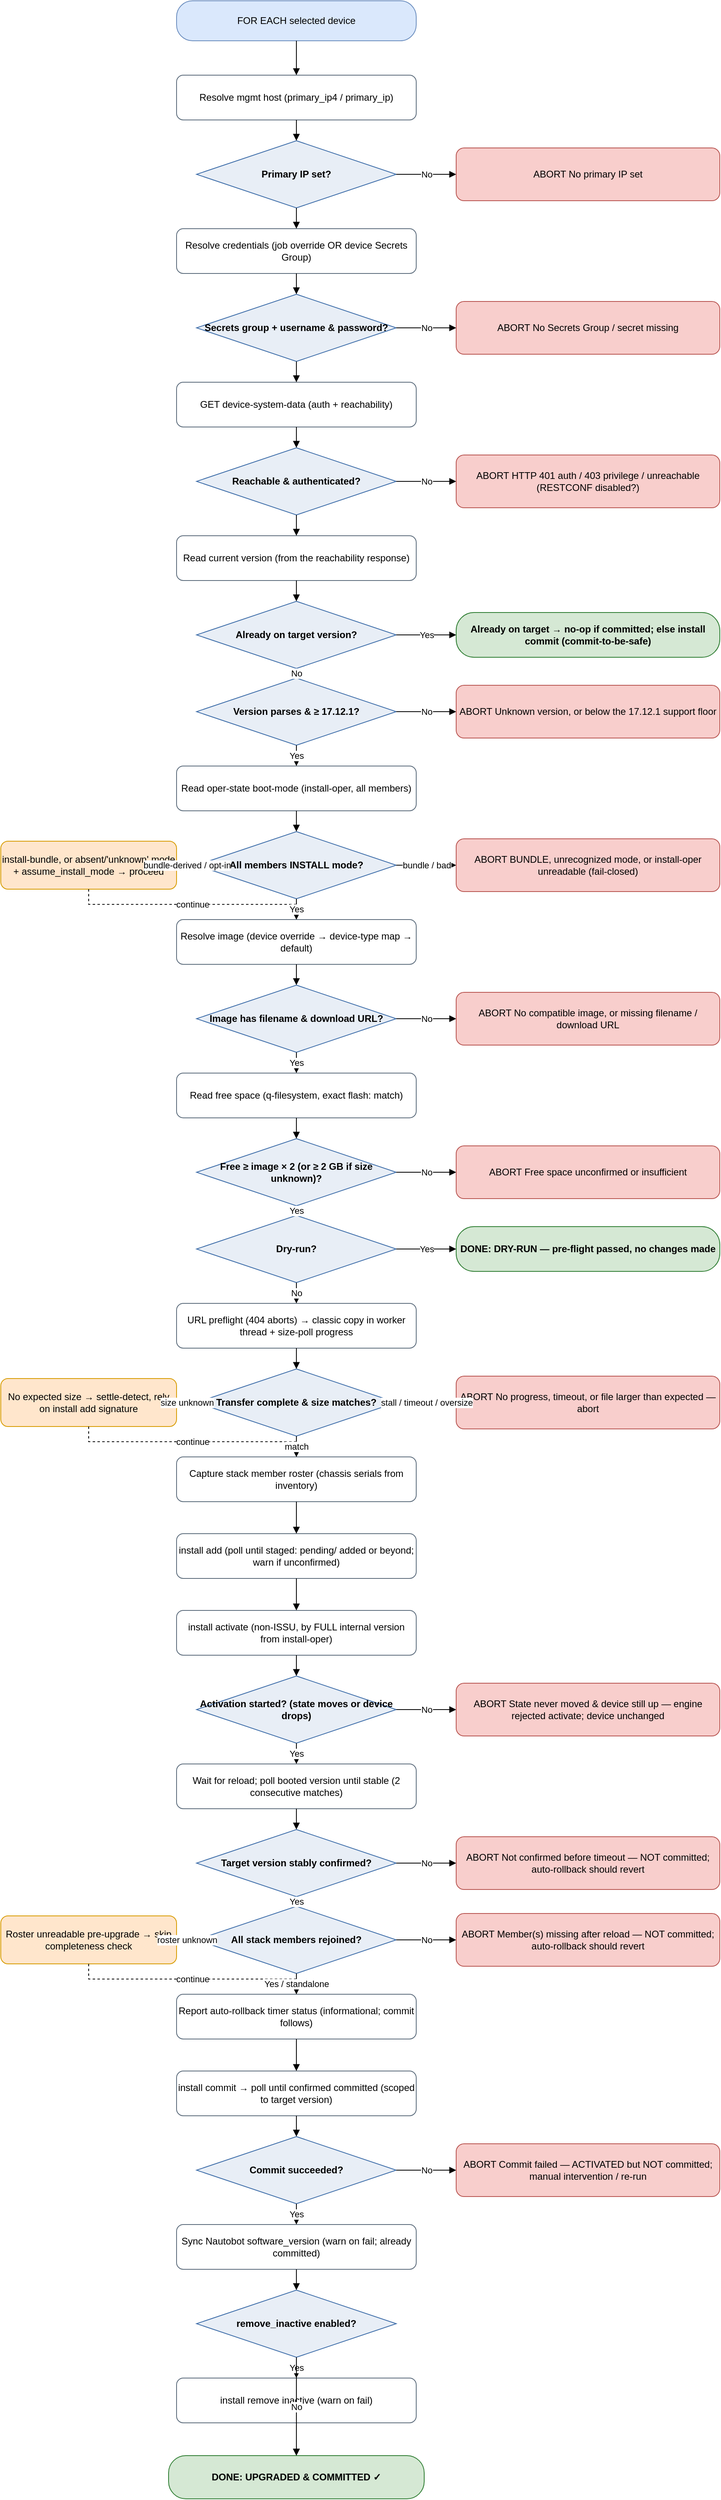
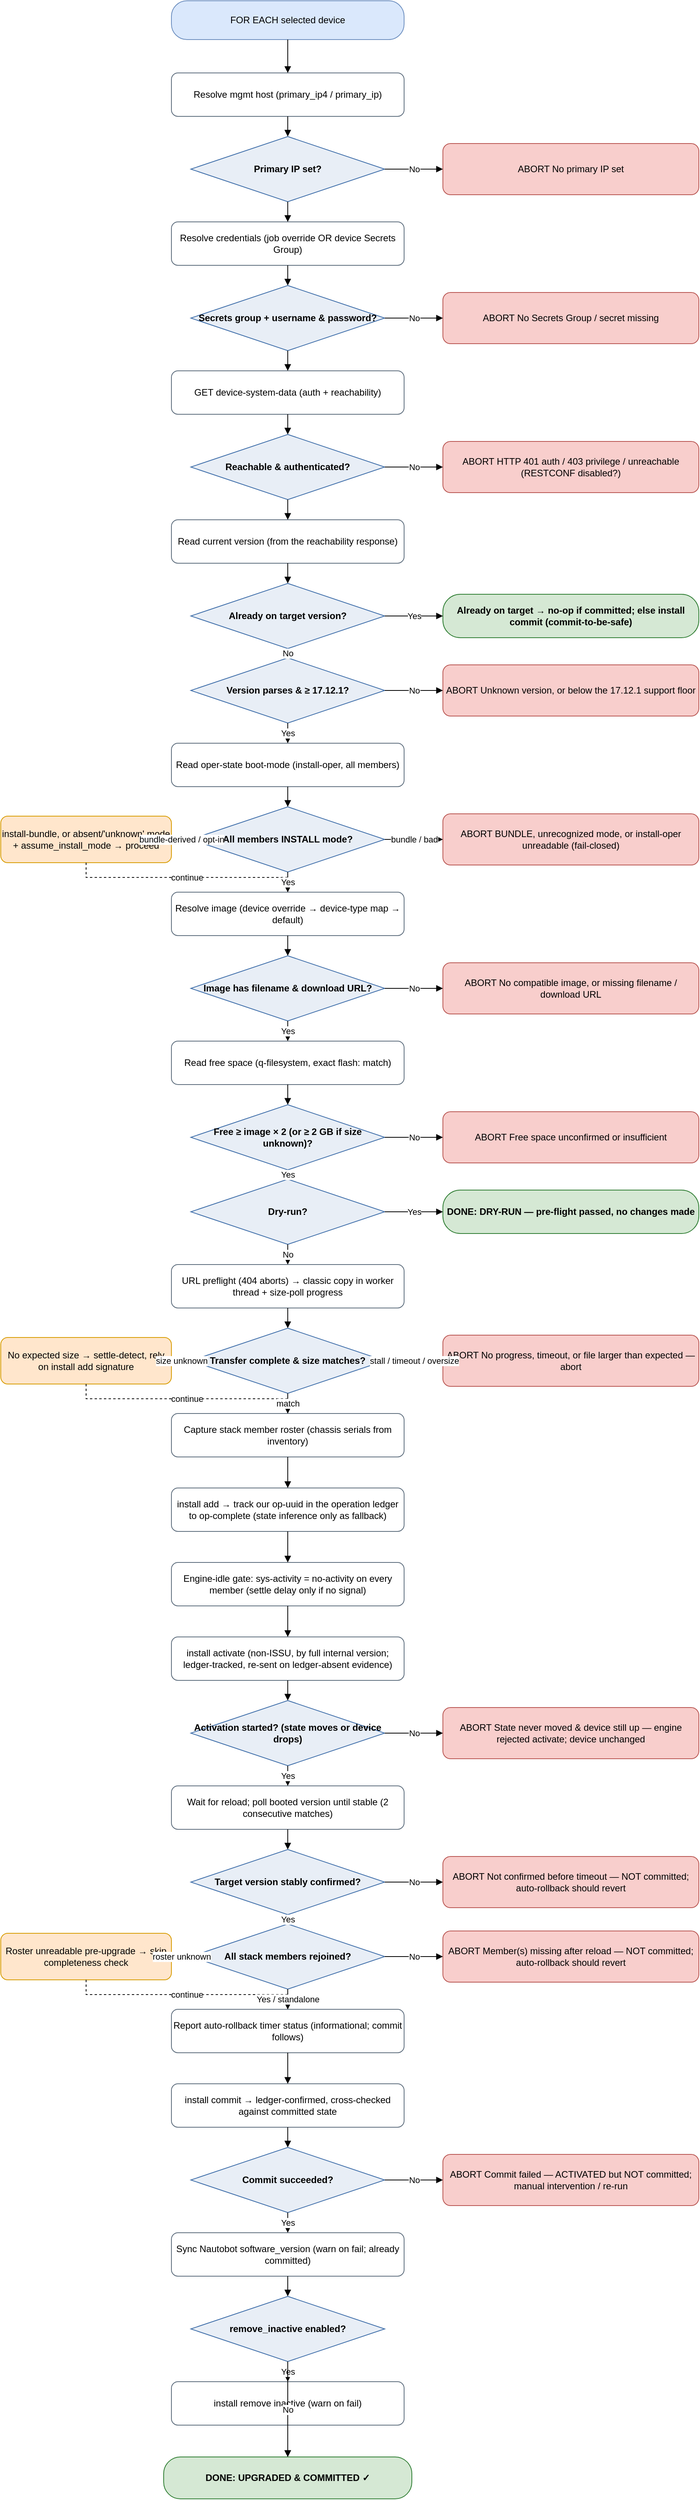
<mxfile host="app.diagrams.net" type="device">
  <diagram name="IOS-XE upgrade flow" id="iosxe-upgrade-flow">
    <mxGraphModel dx="1000" dy="2000" grid="1" gridSize="10" guides="1" tooltips="1"
        connect="1" arrows="1" fold="1" page="1" pageScale="1" math="0" shadow="0">
      <root>
        <mxCell id="0"/>
        <mxCell id="1" parent="0"/>
        <mxCell id="start" value="FOR EACH selected device" style="rounded=1;arcSize=40;whiteSpace=wrap;html=1;fillColor=#DAE8FC;strokeColor=#6C8EBF;" vertex="1" parent="1"><mxGeometry x="250" y="31" width="300" height="50" as="geometry"/></mxCell>
        <mxCell id="host" value="Resolve mgmt host&amp;#10;(primary_ip4 / primary_ip)" style="rounded=1;whiteSpace=wrap;html=1;fillColor=#FFFFFF;strokeColor=#5B6B7B;" vertex="1" parent="1"><mxGeometry x="250" y="124" width="300" height="56" as="geometry"/></mxCell>
        <mxCell id="d_ip" value="Primary IP set?" style="rhombus;whiteSpace=wrap;html=1;fillColor=#E8EEF6;strokeColor=#3C6CA8;fontStyle=1;" vertex="1" parent="1"><mxGeometry x="275" y="206" width="250" height="84" as="geometry"/></mxCell>
        <mxCell id="cred" value="Resolve credentials&amp;#10;(job override OR device Secrets Group)" style="rounded=1;whiteSpace=wrap;html=1;fillColor=#FFFFFF;strokeColor=#5B6B7B;" vertex="1" parent="1"><mxGeometry x="250" y="316" width="300" height="56" as="geometry"/></mxCell>
        <mxCell id="d_cred" value="Secrets group +&amp;#10;username &amp; password?" style="rhombus;whiteSpace=wrap;html=1;fillColor=#E8EEF6;strokeColor=#3C6CA8;fontStyle=1;" vertex="1" parent="1"><mxGeometry x="275" y="398" width="250" height="84" as="geometry"/></mxCell>
        <mxCell id="reach" value="GET device-system-data&amp;#10;(auth + reachability)" style="rounded=1;whiteSpace=wrap;html=1;fillColor=#FFFFFF;strokeColor=#5B6B7B;" vertex="1" parent="1"><mxGeometry x="250" y="508" width="300" height="56" as="geometry"/></mxCell>
        <mxCell id="d_reach" value="Reachable &amp;&amp;#10;authenticated?" style="rhombus;whiteSpace=wrap;html=1;fillColor=#E8EEF6;strokeColor=#3C6CA8;fontStyle=1;" vertex="1" parent="1"><mxGeometry x="275" y="590" width="250" height="84" as="geometry"/></mxCell>
        <mxCell id="curr" value="Read current version&amp;#10;(from the reachability response)" style="rounded=1;whiteSpace=wrap;html=1;fillColor=#FFFFFF;strokeColor=#5B6B7B;" vertex="1" parent="1"><mxGeometry x="250" y="700" width="300" height="56" as="geometry"/></mxCell>
        <mxCell id="d_target" value="Already on&amp;#10;target version?" style="rhombus;whiteSpace=wrap;html=1;fillColor=#E8EEF6;strokeColor=#3C6CA8;fontStyle=1;" vertex="1" parent="1"><mxGeometry x="275" y="782" width="250" height="84" as="geometry"/></mxCell>
        <mxCell id="d_floor" value="Version parses&amp;#10;&amp; ≥ 17.12.1?" style="rhombus;whiteSpace=wrap;html=1;fillColor=#E8EEF6;strokeColor=#3C6CA8;fontStyle=1;" vertex="1" parent="1"><mxGeometry x="275" y="878" width="250" height="84" as="geometry"/></mxCell>
        <mxCell id="mode" value="Read oper-state boot-mode&amp;#10;(install-oper, all members)" style="rounded=1;whiteSpace=wrap;html=1;fillColor=#FFFFFF;strokeColor=#5B6B7B;" vertex="1" parent="1"><mxGeometry x="250" y="988" width="300" height="56" as="geometry"/></mxCell>
        <mxCell id="d_mode" value="All members&amp;#10;INSTALL mode?" style="rhombus;whiteSpace=wrap;html=1;fillColor=#E8EEF6;strokeColor=#3C6CA8;fontStyle=1;" vertex="1" parent="1"><mxGeometry x="275" y="1070" width="250" height="84" as="geometry"/></mxCell>
        <mxCell id="img" value="Resolve image (device override →&amp;#10;device-type map → default)" style="rounded=1;whiteSpace=wrap;html=1;fillColor=#FFFFFF;strokeColor=#5B6B7B;" vertex="1" parent="1"><mxGeometry x="250" y="1180" width="300" height="56" as="geometry"/></mxCell>
        <mxCell id="d_img" value="Image has filename&amp;#10;&amp; download URL?" style="rhombus;whiteSpace=wrap;html=1;fillColor=#E8EEF6;strokeColor=#3C6CA8;fontStyle=1;" vertex="1" parent="1"><mxGeometry x="275" y="1262" width="250" height="84" as="geometry"/></mxCell>
        <mxCell id="space" value="Read free space&amp;#10;(q-filesystem, exact flash: match)" style="rounded=1;whiteSpace=wrap;html=1;fillColor=#FFFFFF;strokeColor=#5B6B7B;" vertex="1" parent="1"><mxGeometry x="250" y="1372" width="300" height="56" as="geometry"/></mxCell>
        <mxCell id="d_space" value="Free ≥ image × 2&amp;#10;(or ≥ 2 GB if size unknown)?" style="rhombus;whiteSpace=wrap;html=1;fillColor=#E8EEF6;strokeColor=#3C6CA8;fontStyle=1;" vertex="1" parent="1"><mxGeometry x="275" y="1454" width="250" height="84" as="geometry"/></mxCell>
        <mxCell id="d_dry" value="Dry-run?" style="rhombus;whiteSpace=wrap;html=1;fillColor=#E8EEF6;strokeColor=#3C6CA8;fontStyle=1;" vertex="1" parent="1"><mxGeometry x="275" y="1550" width="250" height="84" as="geometry"/></mxCell>
        <mxCell id="copy" value="URL preflight (404 aborts) → classic copy&amp;#10;in worker thread + size-poll progress" style="rounded=1;whiteSpace=wrap;html=1;fillColor=#FFFFFF;strokeColor=#5B6B7B;" vertex="1" parent="1"><mxGeometry x="250" y="1660" width="300" height="56" as="geometry"/></mxCell>
        <mxCell id="d_size" value="Transfer complete&amp;#10;&amp; size matches?" style="rhombus;whiteSpace=wrap;html=1;fillColor=#E8EEF6;strokeColor=#3C6CA8;fontStyle=1;" vertex="1" parent="1"><mxGeometry x="275" y="1742" width="250" height="84" as="geometry"/></mxCell>
        <mxCell id="roster" value="Capture stack member roster&amp;#10;(chassis serials from inventory)" style="rounded=1;whiteSpace=wrap;html=1;fillColor=#FFFFFF;strokeColor=#5B6B7B;" vertex="1" parent="1"><mxGeometry x="250" y="1852" width="300" height="56" as="geometry"/></mxCell>
-         <mxCell id="add" value="install add (poll until staged: pending/&amp;#10;added or beyond; warn if unconfirmed)" style="rounded=1;whiteSpace=wrap;html=1;fillColor=#FFFFFF;strokeColor=#5B6B7B;" vertex="1" parent="1"><mxGeometry x="250" y="1948" width="300" height="56" as="geometry"/></mxCell>
-         <mxCell id="act" value="install activate (non-ISSU, by FULL&amp;#10;internal version from install-oper)" style="rounded=1;whiteSpace=wrap;html=1;fillColor=#FFFFFF;strokeColor=#5B6B7B;" vertex="1" parent="1"><mxGeometry x="250" y="2044" width="300" height="56" as="geometry"/></mxCell>
-         <mxCell id="d_act" value="Activation started?&amp;#10;(state moves or device drops)" style="rhombus;whiteSpace=wrap;html=1;fillColor=#E8EEF6;strokeColor=#3C6CA8;fontStyle=1;" vertex="1" parent="1"><mxGeometry x="275" y="2126" width="250" height="84" as="geometry"/></mxCell>
-         <mxCell id="waitc" value="Wait for reload; poll booted version&amp;#10;until stable (2 consecutive matches)" style="rounded=1;whiteSpace=wrap;html=1;fillColor=#FFFFFF;strokeColor=#5B6B7B;" vertex="1" parent="1"><mxGeometry x="250" y="2236" width="300" height="56" as="geometry"/></mxCell>
-         <mxCell id="d_confirm" value="Target version&amp;#10;stably confirmed?" style="rhombus;whiteSpace=wrap;html=1;fillColor=#E8EEF6;strokeColor=#3C6CA8;fontStyle=1;" vertex="1" parent="1"><mxGeometry x="275" y="2318" width="250" height="84" as="geometry"/></mxCell>
-         <mxCell id="d_members" value="All stack members&amp;#10;rejoined?" style="rhombus;whiteSpace=wrap;html=1;fillColor=#E8EEF6;strokeColor=#3C6CA8;fontStyle=1;" vertex="1" parent="1"><mxGeometry x="275" y="2414" width="250" height="84" as="geometry"/></mxCell>
-         <mxCell id="rollbackchk" value="Report auto-rollback timer status&amp;#10;(informational; commit follows)" style="rounded=1;whiteSpace=wrap;html=1;fillColor=#FFFFFF;strokeColor=#5B6B7B;" vertex="1" parent="1"><mxGeometry x="250" y="2524" width="300" height="56" as="geometry"/></mxCell>
-         <mxCell id="commit" value="install commit → poll until confirmed&amp;#10;committed (scoped to target version)" style="rounded=1;whiteSpace=wrap;html=1;fillColor=#FFFFFF;strokeColor=#5B6B7B;" vertex="1" parent="1"><mxGeometry x="250" y="2620" width="300" height="56" as="geometry"/></mxCell>
-         <mxCell id="d_commit" value="Commit&amp;#10;succeeded?" style="rhombus;whiteSpace=wrap;html=1;fillColor=#E8EEF6;strokeColor=#3C6CA8;fontStyle=1;" vertex="1" parent="1"><mxGeometry x="275" y="2702" width="250" height="84" as="geometry"/></mxCell>
-         <mxCell id="sync" value="Sync Nautobot software_version&amp;#10;(warn on fail; already committed)" style="rounded=1;whiteSpace=wrap;html=1;fillColor=#FFFFFF;strokeColor=#5B6B7B;" vertex="1" parent="1"><mxGeometry x="250" y="2812" width="300" height="56" as="geometry"/></mxCell>
-         <mxCell id="d_remove" value="remove_inactive&amp;#10;enabled?" style="rhombus;whiteSpace=wrap;html=1;fillColor=#E8EEF6;strokeColor=#3C6CA8;fontStyle=1;" vertex="1" parent="1"><mxGeometry x="275" y="2894" width="250" height="84" as="geometry"/></mxCell>
-         <mxCell id="remove" value="install remove inactive&amp;#10;(warn on fail)" style="rounded=1;whiteSpace=wrap;html=1;fillColor=#FFFFFF;strokeColor=#5B6B7B;" vertex="1" parent="1"><mxGeometry x="250" y="3004" width="300" height="56" as="geometry"/></mxCell>
-         <mxCell id="ok" value="DONE: UPGRADED &amp; COMMITTED ✓" style="rounded=1;arcSize=40;whiteSpace=wrap;html=1;fillColor=#D5E8D4;strokeColor=#2E7D32;fontStyle=1;" vertex="1" parent="1"><mxGeometry x="240" y="3101" width="320" height="54" as="geometry"/></mxCell>
+         <mxCell id="add" value="install add → track our op-uuid in the&amp;#10;operation ledger to op-complete&amp;#10;(state inference only as fallback)" style="rounded=1;whiteSpace=wrap;html=1;fillColor=#FFFFFF;strokeColor=#5B6B7B;" vertex="1" parent="1"><mxGeometry x="250" y="1948" width="300" height="56" as="geometry"/></mxCell>
+         <mxCell id="idle" value="Engine-idle gate: sys-activity =&amp;#10;no-activity on every member&amp;#10;(settle delay only if no signal)" style="rounded=1;whiteSpace=wrap;html=1;fillColor=#FFFFFF;strokeColor=#5B6B7B;" vertex="1" parent="1"><mxGeometry x="250" y="2044" width="300" height="56" as="geometry"/></mxCell>
+         <mxCell id="act" value="install activate (non-ISSU, by full internal&amp;#10;version; ledger-tracked,&amp;#10;re-sent on ledger-absent evidence)" style="rounded=1;whiteSpace=wrap;html=1;fillColor=#FFFFFF;strokeColor=#5B6B7B;" vertex="1" parent="1"><mxGeometry x="250" y="2140" width="300" height="56" as="geometry"/></mxCell>
+         <mxCell id="d_act" value="Activation started?&amp;#10;(state moves or device drops)" style="rhombus;whiteSpace=wrap;html=1;fillColor=#E8EEF6;strokeColor=#3C6CA8;fontStyle=1;" vertex="1" parent="1"><mxGeometry x="275" y="2222" width="250" height="84" as="geometry"/></mxCell>
+         <mxCell id="waitc" value="Wait for reload; poll booted version&amp;#10;until stable (2 consecutive matches)" style="rounded=1;whiteSpace=wrap;html=1;fillColor=#FFFFFF;strokeColor=#5B6B7B;" vertex="1" parent="1"><mxGeometry x="250" y="2332" width="300" height="56" as="geometry"/></mxCell>
+         <mxCell id="d_confirm" value="Target version&amp;#10;stably confirmed?" style="rhombus;whiteSpace=wrap;html=1;fillColor=#E8EEF6;strokeColor=#3C6CA8;fontStyle=1;" vertex="1" parent="1"><mxGeometry x="275" y="2414" width="250" height="84" as="geometry"/></mxCell>
+         <mxCell id="d_members" value="All stack members&amp;#10;rejoined?" style="rhombus;whiteSpace=wrap;html=1;fillColor=#E8EEF6;strokeColor=#3C6CA8;fontStyle=1;" vertex="1" parent="1"><mxGeometry x="275" y="2510" width="250" height="84" as="geometry"/></mxCell>
+         <mxCell id="rollbackchk" value="Report auto-rollback timer status&amp;#10;(informational; commit follows)" style="rounded=1;whiteSpace=wrap;html=1;fillColor=#FFFFFF;strokeColor=#5B6B7B;" vertex="1" parent="1"><mxGeometry x="250" y="2620" width="300" height="56" as="geometry"/></mxCell>
+         <mxCell id="commit" value="install commit → ledger-confirmed,&amp;#10;cross-checked against committed state" style="rounded=1;whiteSpace=wrap;html=1;fillColor=#FFFFFF;strokeColor=#5B6B7B;" vertex="1" parent="1"><mxGeometry x="250" y="2716" width="300" height="56" as="geometry"/></mxCell>
+         <mxCell id="d_commit" value="Commit&amp;#10;succeeded?" style="rhombus;whiteSpace=wrap;html=1;fillColor=#E8EEF6;strokeColor=#3C6CA8;fontStyle=1;" vertex="1" parent="1"><mxGeometry x="275" y="2798" width="250" height="84" as="geometry"/></mxCell>
+         <mxCell id="sync" value="Sync Nautobot software_version&amp;#10;(warn on fail; already committed)" style="rounded=1;whiteSpace=wrap;html=1;fillColor=#FFFFFF;strokeColor=#5B6B7B;" vertex="1" parent="1"><mxGeometry x="250" y="2908" width="300" height="56" as="geometry"/></mxCell>
+         <mxCell id="d_remove" value="remove_inactive&amp;#10;enabled?" style="rhombus;whiteSpace=wrap;html=1;fillColor=#E8EEF6;strokeColor=#3C6CA8;fontStyle=1;" vertex="1" parent="1"><mxGeometry x="275" y="2990" width="250" height="84" as="geometry"/></mxCell>
+         <mxCell id="remove" value="install remove inactive&amp;#10;(warn on fail)" style="rounded=1;whiteSpace=wrap;html=1;fillColor=#FFFFFF;strokeColor=#5B6B7B;" vertex="1" parent="1"><mxGeometry x="250" y="3100" width="300" height="56" as="geometry"/></mxCell>
+         <mxCell id="ok" value="DONE: UPGRADED &amp; COMMITTED ✓" style="rounded=1;arcSize=40;whiteSpace=wrap;html=1;fillColor=#D5E8D4;strokeColor=#2E7D32;fontStyle=1;" vertex="1" parent="1"><mxGeometry x="240" y="3197" width="320" height="54" as="geometry"/></mxCell>
        <mxCell id="d_ip_abort" value="ABORT&amp;#10;No primary IP set" style="rounded=1;whiteSpace=wrap;html=1;fillColor=#F8CECC;strokeColor=#B85450;" vertex="1" parent="1"><mxGeometry x="600" y="215" width="330" height="66" as="geometry"/></mxCell>
        <mxCell id="d_cred_abort" value="ABORT&amp;#10;No Secrets Group / secret missing" style="rounded=1;whiteSpace=wrap;html=1;fillColor=#F8CECC;strokeColor=#B85450;" vertex="1" parent="1"><mxGeometry x="600" y="407" width="330" height="66" as="geometry"/></mxCell>
        <mxCell id="d_reach_abort" value="ABORT&amp;#10;HTTP 401 auth / 403 privilege /&amp;#10;unreachable (RESTCONF disabled?)" style="rounded=1;whiteSpace=wrap;html=1;fillColor=#F8CECC;strokeColor=#B85450;" vertex="1" parent="1"><mxGeometry x="600" y="599" width="330" height="66" as="geometry"/></mxCell>
        <mxCell id="d_target_ok" value="Already on target → no-op if committed;&amp;#10;else install commit (commit-to-be-safe)" style="rounded=1;arcSize=40;whiteSpace=wrap;html=1;fillColor=#D5E8D4;strokeColor=#2E7D32;fontStyle=1;" vertex="1" parent="1"><mxGeometry x="600" y="796" width="330" height="56" as="geometry"/></mxCell>
        <mxCell id="d_floor_abort" value="ABORT&amp;#10;Unknown version, or below the&amp;#10;17.12.1 support floor" style="rounded=1;whiteSpace=wrap;html=1;fillColor=#F8CECC;strokeColor=#B85450;" vertex="1" parent="1"><mxGeometry x="600" y="887" width="330" height="66" as="geometry"/></mxCell>
        <mxCell id="d_mode_abort" value="ABORT&amp;#10;BUNDLE, unrecognized mode, or&amp;#10;install-oper unreadable (fail-closed)" style="rounded=1;whiteSpace=wrap;html=1;fillColor=#F8CECC;strokeColor=#B85450;" vertex="1" parent="1"><mxGeometry x="600" y="1079" width="330" height="66" as="geometry"/></mxCell>
        <mxCell id="d_mode_warn" value="install-bundle, or absent/&#x27;unknown&#x27;&amp;#10;mode + assume_install_mode → proceed" style="rounded=1;whiteSpace=wrap;html=1;fillColor=#FFE6CC;strokeColor=#D79B00;" vertex="1" parent="1"><mxGeometry x="30" y="1082" width="220" height="60" as="geometry"/></mxCell>
        <mxCell id="d_img_abort" value="ABORT&amp;#10;No compatible image, or missing&amp;#10;filename / download URL" style="rounded=1;whiteSpace=wrap;html=1;fillColor=#F8CECC;strokeColor=#B85450;" vertex="1" parent="1"><mxGeometry x="600" y="1271" width="330" height="66" as="geometry"/></mxCell>
        <mxCell id="d_space_abort" value="ABORT&amp;#10;Free space unconfirmed or&amp;#10;insufficient" style="rounded=1;whiteSpace=wrap;html=1;fillColor=#F8CECC;strokeColor=#B85450;" vertex="1" parent="1"><mxGeometry x="600" y="1463" width="330" height="66" as="geometry"/></mxCell>
        <mxCell id="d_dry_ok" value="DONE: DRY-RUN — pre-flight&amp;#10;passed, no changes made" style="rounded=1;arcSize=40;whiteSpace=wrap;html=1;fillColor=#D5E8D4;strokeColor=#2E7D32;fontStyle=1;" vertex="1" parent="1"><mxGeometry x="600" y="1564" width="330" height="56" as="geometry"/></mxCell>
        <mxCell id="d_size_abort" value="ABORT&amp;#10;No progress, timeout, or file&amp;#10;larger than expected — abort" style="rounded=1;whiteSpace=wrap;html=1;fillColor=#F8CECC;strokeColor=#B85450;" vertex="1" parent="1"><mxGeometry x="600" y="1751" width="330" height="66" as="geometry"/></mxCell>
        <mxCell id="d_size_warn" value="No expected size → settle-detect,&amp;#10;rely on install add signature" style="rounded=1;whiteSpace=wrap;html=1;fillColor=#FFE6CC;strokeColor=#D79B00;" vertex="1" parent="1"><mxGeometry x="30" y="1754" width="220" height="60" as="geometry"/></mxCell>
-         <mxCell id="d_act_abort" value="ABORT&amp;#10;State never moved &amp; device still up —&amp;#10;engine rejected activate; device unchanged" style="rounded=1;whiteSpace=wrap;html=1;fillColor=#F8CECC;strokeColor=#B85450;" vertex="1" parent="1"><mxGeometry x="600" y="2135" width="330" height="66" as="geometry"/></mxCell>
-         <mxCell id="d_confirm_abort" value="ABORT&amp;#10;Not confirmed before timeout — NOT&amp;#10;committed; auto-rollback should revert" style="rounded=1;whiteSpace=wrap;html=1;fillColor=#F8CECC;strokeColor=#B85450;" vertex="1" parent="1"><mxGeometry x="600" y="2327" width="330" height="66" as="geometry"/></mxCell>
-         <mxCell id="d_members_abort" value="ABORT&amp;#10;Member(s) missing after reload — NOT&amp;#10;committed; auto-rollback should revert" style="rounded=1;whiteSpace=wrap;html=1;fillColor=#F8CECC;strokeColor=#B85450;" vertex="1" parent="1"><mxGeometry x="600" y="2423" width="330" height="66" as="geometry"/></mxCell>
-         <mxCell id="d_members_warn" value="Roster unreadable pre-upgrade →&amp;#10;skip completeness check" style="rounded=1;whiteSpace=wrap;html=1;fillColor=#FFE6CC;strokeColor=#D79B00;" vertex="1" parent="1"><mxGeometry x="30" y="2426" width="220" height="60" as="geometry"/></mxCell>
-         <mxCell id="d_commit_abort" value="ABORT&amp;#10;Commit failed — ACTIVATED but NOT&amp;#10;committed; manual intervention / re-run" style="rounded=1;whiteSpace=wrap;html=1;fillColor=#F8CECC;strokeColor=#B85450;" vertex="1" parent="1"><mxGeometry x="600" y="2711" width="330" height="66" as="geometry"/></mxCell>
+         <mxCell id="d_act_abort" value="ABORT&amp;#10;State never moved &amp; device still up —&amp;#10;engine rejected activate; device unchanged" style="rounded=1;whiteSpace=wrap;html=1;fillColor=#F8CECC;strokeColor=#B85450;" vertex="1" parent="1"><mxGeometry x="600" y="2231" width="330" height="66" as="geometry"/></mxCell>
+         <mxCell id="d_confirm_abort" value="ABORT&amp;#10;Not confirmed before timeout — NOT&amp;#10;committed; auto-rollback should revert" style="rounded=1;whiteSpace=wrap;html=1;fillColor=#F8CECC;strokeColor=#B85450;" vertex="1" parent="1"><mxGeometry x="600" y="2423" width="330" height="66" as="geometry"/></mxCell>
+         <mxCell id="d_members_abort" value="ABORT&amp;#10;Member(s) missing after reload — NOT&amp;#10;committed; auto-rollback should revert" style="rounded=1;whiteSpace=wrap;html=1;fillColor=#F8CECC;strokeColor=#B85450;" vertex="1" parent="1"><mxGeometry x="600" y="2519" width="330" height="66" as="geometry"/></mxCell>
+         <mxCell id="d_members_warn" value="Roster unreadable pre-upgrade →&amp;#10;skip completeness check" style="rounded=1;whiteSpace=wrap;html=1;fillColor=#FFE6CC;strokeColor=#D79B00;" vertex="1" parent="1"><mxGeometry x="30" y="2522" width="220" height="60" as="geometry"/></mxCell>
+         <mxCell id="d_commit_abort" value="ABORT&amp;#10;Commit failed — ACTIVATED but NOT&amp;#10;committed; manual intervention / re-run" style="rounded=1;whiteSpace=wrap;html=1;fillColor=#F8CECC;strokeColor=#B85450;" vertex="1" parent="1"><mxGeometry x="600" y="2807" width="330" height="66" as="geometry"/></mxCell>
        <mxCell id="e_d_ip_abort" value="No" style="edgeStyle=orthogonalEdgeStyle;rounded=0;html=1;endArrow=block;" edge="1" parent="1" source="d_ip" target="d_ip_abort"><mxGeometry relative="1" as="geometry"/></mxCell>
        <mxCell id="e_d_cred_abort" value="No" style="edgeStyle=orthogonalEdgeStyle;rounded=0;html=1;endArrow=block;" edge="1" parent="1" source="d_cred" target="d_cred_abort"><mxGeometry relative="1" as="geometry"/></mxCell>
        <mxCell id="e_d_reach_abort" value="No" style="edgeStyle=orthogonalEdgeStyle;rounded=0;html=1;endArrow=block;" edge="1" parent="1" source="d_reach" target="d_reach_abort"><mxGeometry relative="1" as="geometry"/></mxCell>
        <mxCell id="e_d_target_ok" value="Yes" style="edgeStyle=orthogonalEdgeStyle;rounded=0;html=1;endArrow=block;" edge="1" parent="1" source="d_target" target="d_target_ok"><mxGeometry relative="1" as="geometry"/></mxCell>
        <mxCell id="e_d_floor_abort" value="No" style="edgeStyle=orthogonalEdgeStyle;rounded=0;html=1;endArrow=block;" edge="1" parent="1" source="d_floor" target="d_floor_abort"><mxGeometry relative="1" as="geometry"/></mxCell>
        <mxCell id="e_d_mode_abort" value="bundle / bad" style="edgeStyle=orthogonalEdgeStyle;rounded=0;html=1;endArrow=block;" edge="1" parent="1" source="d_mode" target="d_mode_abort"><mxGeometry relative="1" as="geometry"/></mxCell>
        <mxCell id="e_d_mode_warn" value="bundle-derived /
opt-in" style="edgeStyle=orthogonalEdgeStyle;rounded=0;html=1;endArrow=block;" edge="1" parent="1" source="d_mode" target="d_mode_warn"><mxGeometry relative="1" as="geometry"/></mxCell>
        <mxCell id="e_d_mode_warn_join" value="continue" style="edgeStyle=orthogonalEdgeStyle;rounded=0;html=1;endArrow=block;dashed=1;" edge="1" parent="1" source="d_mode_warn" target="img"><mxGeometry relative="1" as="geometry"/></mxCell>
        <mxCell id="e_d_img_abort" value="No" style="edgeStyle=orthogonalEdgeStyle;rounded=0;html=1;endArrow=block;" edge="1" parent="1" source="d_img" target="d_img_abort"><mxGeometry relative="1" as="geometry"/></mxCell>
        <mxCell id="e_d_space_abort" value="No" style="edgeStyle=orthogonalEdgeStyle;rounded=0;html=1;endArrow=block;" edge="1" parent="1" source="d_space" target="d_space_abort"><mxGeometry relative="1" as="geometry"/></mxCell>
        <mxCell id="e_d_dry_ok" value="Yes" style="edgeStyle=orthogonalEdgeStyle;rounded=0;html=1;endArrow=block;" edge="1" parent="1" source="d_dry" target="d_dry_ok"><mxGeometry relative="1" as="geometry"/></mxCell>
        <mxCell id="e_d_size_abort" value="stall / timeout /
oversize" style="edgeStyle=orthogonalEdgeStyle;rounded=0;html=1;endArrow=block;" edge="1" parent="1" source="d_size" target="d_size_abort"><mxGeometry relative="1" as="geometry"/></mxCell>
        <mxCell id="e_d_size_warn" value="size unknown" style="edgeStyle=orthogonalEdgeStyle;rounded=0;html=1;endArrow=block;" edge="1" parent="1" source="d_size" target="d_size_warn"><mxGeometry relative="1" as="geometry"/></mxCell>
        <mxCell id="e_d_size_warn_join" value="continue" style="edgeStyle=orthogonalEdgeStyle;rounded=0;html=1;endArrow=block;dashed=1;" edge="1" parent="1" source="d_size_warn" target="roster"><mxGeometry relative="1" as="geometry"/></mxCell>
        <mxCell id="e_d_act_abort" value="No" style="edgeStyle=orthogonalEdgeStyle;rounded=0;html=1;endArrow=block;" edge="1" parent="1" source="d_act" target="d_act_abort"><mxGeometry relative="1" as="geometry"/></mxCell>
        <mxCell id="e_d_confirm_abort" value="No" style="edgeStyle=orthogonalEdgeStyle;rounded=0;html=1;endArrow=block;" edge="1" parent="1" source="d_confirm" target="d_confirm_abort"><mxGeometry relative="1" as="geometry"/></mxCell>
        <mxCell id="e_d_members_abort" value="No" style="edgeStyle=orthogonalEdgeStyle;rounded=0;html=1;endArrow=block;" edge="1" parent="1" source="d_members" target="d_members_abort"><mxGeometry relative="1" as="geometry"/></mxCell>
        <mxCell id="e_d_members_warn" value="roster unknown" style="edgeStyle=orthogonalEdgeStyle;rounded=0;html=1;endArrow=block;" edge="1" parent="1" source="d_members" target="d_members_warn"><mxGeometry relative="1" as="geometry"/></mxCell>
        <mxCell id="e_d_members_warn_join" value="continue" style="edgeStyle=orthogonalEdgeStyle;rounded=0;html=1;endArrow=block;dashed=1;" edge="1" parent="1" source="d_members_warn" target="rollbackchk"><mxGeometry relative="1" as="geometry"/></mxCell>
        <mxCell id="e_d_commit_abort" value="No" style="edgeStyle=orthogonalEdgeStyle;rounded=0;html=1;endArrow=block;" edge="1" parent="1" source="d_commit" target="d_commit_abort"><mxGeometry relative="1" as="geometry"/></mxCell>
        <mxCell id="e_start_host" value="" style="edgeStyle=orthogonalEdgeStyle;rounded=0;html=1;endArrow=block;" edge="1" parent="1" source="start" target="host"><mxGeometry relative="1" as="geometry"/></mxCell>
        <mxCell id="e_host_d_ip" value="" style="edgeStyle=orthogonalEdgeStyle;rounded=0;html=1;endArrow=block;" edge="1" parent="1" source="host" target="d_ip"><mxGeometry relative="1" as="geometry"/></mxCell>
        <mxCell id="e_d_ip_cred" value="" style="edgeStyle=orthogonalEdgeStyle;rounded=0;html=1;endArrow=block;" edge="1" parent="1" source="d_ip" target="cred"><mxGeometry relative="1" as="geometry"/></mxCell>
        <mxCell id="e_cred_d_cred" value="" style="edgeStyle=orthogonalEdgeStyle;rounded=0;html=1;endArrow=block;" edge="1" parent="1" source="cred" target="d_cred"><mxGeometry relative="1" as="geometry"/></mxCell>
        <mxCell id="e_d_cred_reach" value="" style="edgeStyle=orthogonalEdgeStyle;rounded=0;html=1;endArrow=block;" edge="1" parent="1" source="d_cred" target="reach"><mxGeometry relative="1" as="geometry"/></mxCell>
        <mxCell id="e_reach_d_reach" value="" style="edgeStyle=orthogonalEdgeStyle;rounded=0;html=1;endArrow=block;" edge="1" parent="1" source="reach" target="d_reach"><mxGeometry relative="1" as="geometry"/></mxCell>
        <mxCell id="e_d_reach_curr" value="" style="edgeStyle=orthogonalEdgeStyle;rounded=0;html=1;endArrow=block;" edge="1" parent="1" source="d_reach" target="curr"><mxGeometry relative="1" as="geometry"/></mxCell>
        <mxCell id="e_curr_d_target" value="" style="edgeStyle=orthogonalEdgeStyle;rounded=0;html=1;endArrow=block;" edge="1" parent="1" source="curr" target="d_target"><mxGeometry relative="1" as="geometry"/></mxCell>
        <mxCell id="e_d_target_d_floor" value="No" style="edgeStyle=orthogonalEdgeStyle;rounded=0;html=1;endArrow=block;" edge="1" parent="1" source="d_target" target="d_floor"><mxGeometry relative="1" as="geometry"/></mxCell>
        <mxCell id="e_d_floor_mode" value="Yes" style="edgeStyle=orthogonalEdgeStyle;rounded=0;html=1;endArrow=block;" edge="1" parent="1" source="d_floor" target="mode"><mxGeometry relative="1" as="geometry"/></mxCell>
        <mxCell id="e_mode_d_mode" value="" style="edgeStyle=orthogonalEdgeStyle;rounded=0;html=1;endArrow=block;" edge="1" parent="1" source="mode" target="d_mode"><mxGeometry relative="1" as="geometry"/></mxCell>
        <mxCell id="e_d_mode_img" value="Yes" style="edgeStyle=orthogonalEdgeStyle;rounded=0;html=1;endArrow=block;" edge="1" parent="1" source="d_mode" target="img"><mxGeometry relative="1" as="geometry"/></mxCell>
        <mxCell id="e_img_d_img" value="" style="edgeStyle=orthogonalEdgeStyle;rounded=0;html=1;endArrow=block;" edge="1" parent="1" source="img" target="d_img"><mxGeometry relative="1" as="geometry"/></mxCell>
        <mxCell id="e_d_img_space" value="Yes" style="edgeStyle=orthogonalEdgeStyle;rounded=0;html=1;endArrow=block;" edge="1" parent="1" source="d_img" target="space"><mxGeometry relative="1" as="geometry"/></mxCell>
        <mxCell id="e_space_d_space" value="" style="edgeStyle=orthogonalEdgeStyle;rounded=0;html=1;endArrow=block;" edge="1" parent="1" source="space" target="d_space"><mxGeometry relative="1" as="geometry"/></mxCell>
        <mxCell id="e_d_space_d_dry" value="Yes" style="edgeStyle=orthogonalEdgeStyle;rounded=0;html=1;endArrow=block;" edge="1" parent="1" source="d_space" target="d_dry"><mxGeometry relative="1" as="geometry"/></mxCell>
        <mxCell id="e_d_dry_copy" value="No" style="edgeStyle=orthogonalEdgeStyle;rounded=0;html=1;endArrow=block;" edge="1" parent="1" source="d_dry" target="copy"><mxGeometry relative="1" as="geometry"/></mxCell>
        <mxCell id="e_copy_d_size" value="" style="edgeStyle=orthogonalEdgeStyle;rounded=0;html=1;endArrow=block;" edge="1" parent="1" source="copy" target="d_size"><mxGeometry relative="1" as="geometry"/></mxCell>
        <mxCell id="e_d_size_roster" value="match" style="edgeStyle=orthogonalEdgeStyle;rounded=0;html=1;endArrow=block;" edge="1" parent="1" source="d_size" target="roster"><mxGeometry relative="1" as="geometry"/></mxCell>
        <mxCell id="e_roster_add" value="" style="edgeStyle=orthogonalEdgeStyle;rounded=0;html=1;endArrow=block;" edge="1" parent="1" source="roster" target="add"><mxGeometry relative="1" as="geometry"/></mxCell>
-         <mxCell id="e_add_act" value="" style="edgeStyle=orthogonalEdgeStyle;rounded=0;html=1;endArrow=block;" edge="1" parent="1" source="add" target="act"><mxGeometry relative="1" as="geometry"/></mxCell>
+         <mxCell id="e_add_idle" value="" style="edgeStyle=orthogonalEdgeStyle;rounded=0;html=1;endArrow=block;" edge="1" parent="1" source="add" target="idle"><mxGeometry relative="1" as="geometry"/></mxCell>
+         <mxCell id="e_idle_act" value="" style="edgeStyle=orthogonalEdgeStyle;rounded=0;html=1;endArrow=block;" edge="1" parent="1" source="idle" target="act"><mxGeometry relative="1" as="geometry"/></mxCell>
        <mxCell id="e_act_d_act" value="" style="edgeStyle=orthogonalEdgeStyle;rounded=0;html=1;endArrow=block;" edge="1" parent="1" source="act" target="d_act"><mxGeometry relative="1" as="geometry"/></mxCell>
        <mxCell id="e_d_act_waitc" value="Yes" style="edgeStyle=orthogonalEdgeStyle;rounded=0;html=1;endArrow=block;" edge="1" parent="1" source="d_act" target="waitc"><mxGeometry relative="1" as="geometry"/></mxCell>
        <mxCell id="e_waitc_d_confirm" value="" style="edgeStyle=orthogonalEdgeStyle;rounded=0;html=1;endArrow=block;" edge="1" parent="1" source="waitc" target="d_confirm"><mxGeometry relative="1" as="geometry"/></mxCell>
        <mxCell id="e_d_confirm_d_members" value="Yes" style="edgeStyle=orthogonalEdgeStyle;rounded=0;html=1;endArrow=block;" edge="1" parent="1" source="d_confirm" target="d_members"><mxGeometry relative="1" as="geometry"/></mxCell>
        <mxCell id="e_d_members_rollbackchk" value="Yes / standalone" style="edgeStyle=orthogonalEdgeStyle;rounded=0;html=1;endArrow=block;" edge="1" parent="1" source="d_members" target="rollbackchk"><mxGeometry relative="1" as="geometry"/></mxCell>
        <mxCell id="e_rollbackchk_commit" value="" style="edgeStyle=orthogonalEdgeStyle;rounded=0;html=1;endArrow=block;" edge="1" parent="1" source="rollbackchk" target="commit"><mxGeometry relative="1" as="geometry"/></mxCell>
        <mxCell id="e_commit_d_commit" value="" style="edgeStyle=orthogonalEdgeStyle;rounded=0;html=1;endArrow=block;" edge="1" parent="1" source="commit" target="d_commit"><mxGeometry relative="1" as="geometry"/></mxCell>
        <mxCell id="e_d_commit_sync" value="Yes" style="edgeStyle=orthogonalEdgeStyle;rounded=0;html=1;endArrow=block;" edge="1" parent="1" source="d_commit" target="sync"><mxGeometry relative="1" as="geometry"/></mxCell>
        <mxCell id="e_sync_d_remove" value="" style="edgeStyle=orthogonalEdgeStyle;rounded=0;html=1;endArrow=block;" edge="1" parent="1" source="sync" target="d_remove"><mxGeometry relative="1" as="geometry"/></mxCell>
        <mxCell id="e_remove_yes" value="Yes" style="edgeStyle=orthogonalEdgeStyle;rounded=0;html=1;endArrow=block;" edge="1" parent="1" source="d_remove" target="remove"><mxGeometry relative="1" as="geometry"/></mxCell>
        <mxCell id="e_remove_ok" value="" style="edgeStyle=orthogonalEdgeStyle;rounded=0;html=1;endArrow=block;" edge="1" parent="1" source="remove" target="ok"><mxGeometry relative="1" as="geometry"/></mxCell>
        <mxCell id="e_remove_no" value="No" style="edgeStyle=orthogonalEdgeStyle;rounded=0;html=1;endArrow=block;" edge="1" parent="1" source="d_remove" target="ok"><mxGeometry relative="1" as="geometry"/></mxCell>
      </root>
    </mxGraphModel>
  </diagram>
</mxfile>
